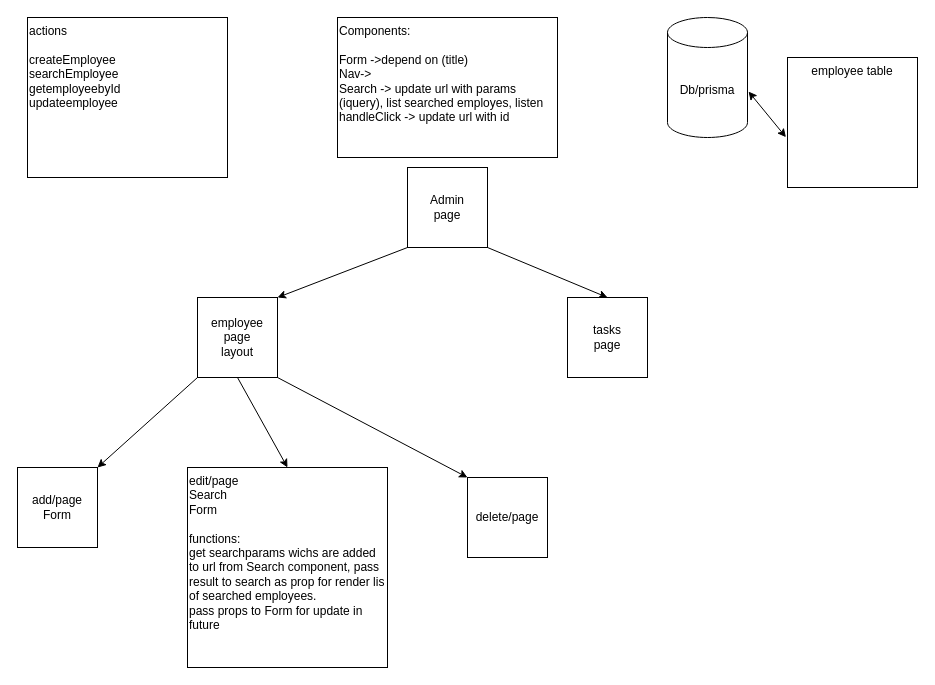
Earlier version of the draw.io diagram Untitled Diagram.drawio (George-giorgi/tasksflow). Source tidied: cells renumbered, new cells numbered last; positions are measured from the earlier drawing's top-left corner, leaving out a move shared by most shapes. Both pictures are drawn from the tidied source at 100%, with x=0, y=0 at pixel (17, 17).
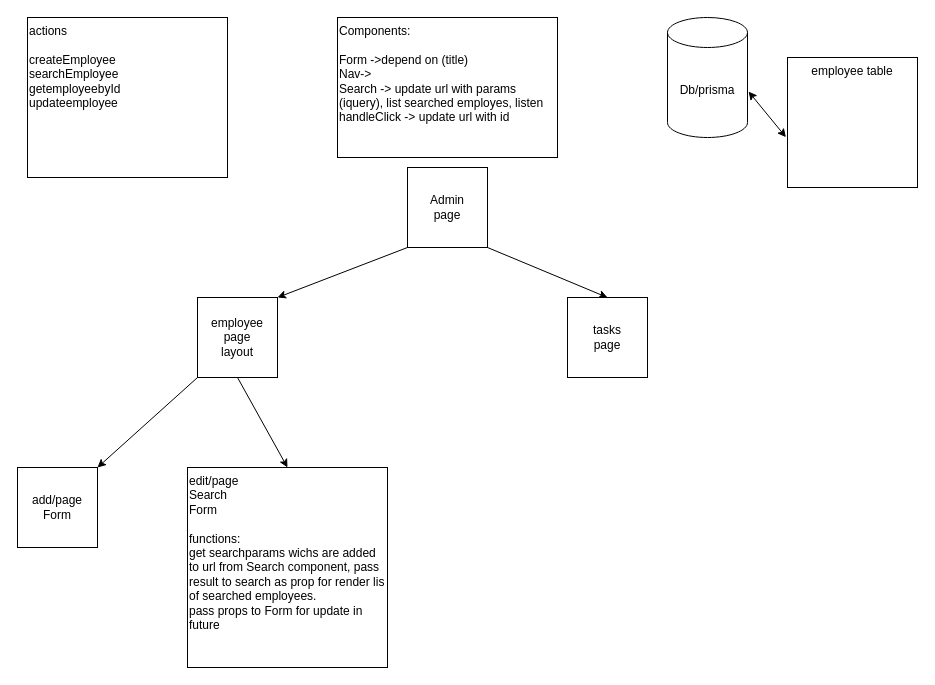
The same diagram, later.

Change to the diagram source:
```diff
@@
 <mxGraphModel>
   <root>
     <mxCell id="0" />
     <mxCell id="1" parent="0" />
     <mxCell id="2" value="Admin&lt;div&gt;page&lt;/div&gt;" style="whiteSpace=wrap;html=1;" parent="1" vertex="1">
       <mxGeometry x="390" y="150" width="80" height="80" as="geometry" />
     </mxCell>
     <mxCell id="3" style="endArrow=classic;html=1;rounded=0;exitX=0;exitY=1;exitDx=0;exitDy=0;" parent="1" edge="1" source="2">
       <mxGeometry relative="1" as="geometry">
         <mxPoint x="260" y="280" as="targetPoint" />
       </mxGeometry>
     </mxCell>
     <mxCell id="4" style="endArrow=classic;html=1;rounded=0;exitX=1;exitY=1;exitDx=0;exitDy=0;" parent="1" edge="1" source="2">
       <mxGeometry relative="1" as="geometry">
         <mxPoint x="590" y="280" as="targetPoint" />
       </mxGeometry>
     </mxCell>
     <mxCell id="5" value="employee&lt;div&gt;page&lt;/div&gt;&lt;div&gt;layout&lt;/div&gt;" style="whiteSpace=wrap;html=1;" parent="1" vertex="1">
       <mxGeometry x="180" y="280" width="80" height="80" as="geometry" />
     </mxCell>
     <mxCell id="6" value="tasks&lt;div&gt;page&lt;/div&gt;" style="whiteSpace=wrap;html=1;" parent="1" vertex="1">
       <mxGeometry x="550" y="280" width="80" height="80" as="geometry" />
     </mxCell>
     <mxCell id="7" value="&lt;span style=&quot;background-color: light-dark(#ffffff, var(--ge-dark-color, #121212));&quot;&gt;Components:&lt;/span&gt;&lt;div&gt;&lt;br&gt;&lt;div&gt;Form -&amp;gt;depend on (title)&lt;/div&gt;&lt;/div&gt;&lt;div&gt;Nav-&amp;gt;&lt;/div&gt;&lt;div&gt;Search -&amp;gt; update url with params (iquery), list searched employes, listen handleClick -&amp;gt; update url with id&amp;nbsp;&lt;/div&gt;&lt;div&gt;&lt;br&gt;&lt;/div&gt;" style="rounded=0;whiteSpace=wrap;html=1;align=left;verticalAlign=top;" parent="1" vertex="1">
       <mxGeometry x="320" width="220" height="140" as="geometry" />
     </mxCell>
     <mxCell id="8" value="add/page&lt;div&gt;Form&lt;/div&gt;" style="whiteSpace=wrap;html=1;" parent="1" vertex="1">
       <mxGeometry y="450" width="80" height="80" as="geometry" />
     </mxCell>
-    <mxCell id="9" value="delete/page" style="whiteSpace=wrap;html=1;" parent="1" vertex="1">
-      <mxGeometry x="450" y="460" width="80" height="80" as="geometry" />
-    </mxCell>
     <mxCell id="10" value="edit/page&lt;div&gt;Search&lt;br&gt;&lt;div&gt;Form&lt;/div&gt;&lt;div&gt;&lt;br&gt;&lt;/div&gt;&lt;div&gt;functions:&lt;/div&gt;&lt;div&gt;get searchparams wichs are added to url from Search component, pass result to search as prop for render lis of searched employees.&lt;/div&gt;&lt;div&gt;pass props to Form for update in future&lt;/div&gt;&lt;/div&gt;" style="whiteSpace=wrap;html=1;verticalAlign=top;align=left;" parent="1" vertex="1">
       <mxGeometry x="170" y="450" width="200" height="200" as="geometry" />
     </mxCell>
-    <mxCell id="11" style="endArrow=classic;html=1;rounded=0;exitX=1;exitY=1;exitDx=0;exitDy=0;entryX=0;entryY=0;entryDx=0;entryDy=0;" parent="1" edge="1" source="5" target="9">
-      <mxGeometry relative="1" as="geometry" />
-    </mxCell>
     <mxCell id="12" style="endArrow=classic;html=1;rounded=0;exitX=0.5;exitY=1;exitDx=0;exitDy=0;entryX=0.5;entryY=0;entryDx=0;entryDy=0;" parent="1" edge="1" source="5" target="10">
       <mxGeometry relative="1" as="geometry" />
     </mxCell>
     <mxCell id="13" style="endArrow=classic;html=1;rounded=0;exitX=0;exitY=1;exitDx=0;exitDy=0;entryX=1;entryY=0;entryDx=0;entryDy=0;" parent="1" edge="1" source="5" target="8">
       <mxGeometry relative="1" as="geometry" />
     </mxCell>
     <mxCell id="14" value="Db/prisma" style="shape=cylinder3;whiteSpace=wrap;html=1;boundedLbl=1;backgroundOutline=1;size=15;" parent="1" vertex="1">
       <mxGeometry x="650" width="80" height="120" as="geometry" />
     </mxCell>
     <mxCell id="15" value="employee table&lt;div&gt;&lt;br&gt;&lt;/div&gt;&lt;div&gt;&lt;br&gt;&lt;/div&gt;" style="whiteSpace=wrap;html=1;verticalAlign=top;" parent="1" vertex="1">
       <mxGeometry x="770" y="40" width="130" height="130" as="geometry" />
     </mxCell>
     <mxCell id="16" style="endArrow=classic;startArrow=classic;html=1;rounded=0;entryX=1.013;entryY=0.617;entryDx=0;entryDy=0;entryPerimeter=0;exitX=-0.012;exitY=0.613;exitDx=0;exitDy=0;exitPerimeter=0;" parent="1" edge="1" source="15" target="14">
       <mxGeometry relative="1" as="geometry" />
     </mxCell>
     <mxCell id="17" value="actions&lt;div&gt;&lt;br&gt;&lt;/div&gt;&lt;div&gt;createEmployee&lt;/div&gt;&lt;div&gt;searchEmployee&lt;/div&gt;&lt;div&gt;getemployeebyId&lt;/div&gt;&lt;div&gt;updateemployee&lt;/div&gt;" style="rounded=0;whiteSpace=wrap;html=1;verticalAlign=top;align=left;" parent="1" vertex="1">
       <mxGeometry x="10" width="200" height="160" as="geometry" />
     </mxCell>
   </root>
 </mxGraphModel>
```
